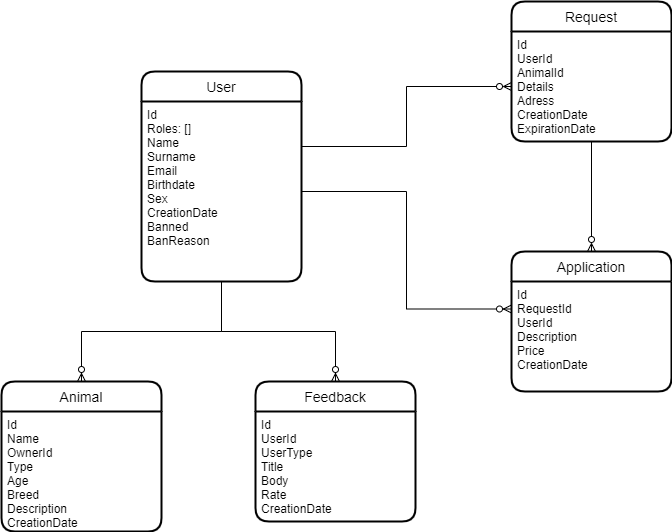
The draw.io diagram images/Database.drawio.png in voonya/pet-home, before a commit. Source tidied: cells renumbered, new cells last; positions are measured from the earlier drawing's top-left corner, leaving out a move shared by most shapes.
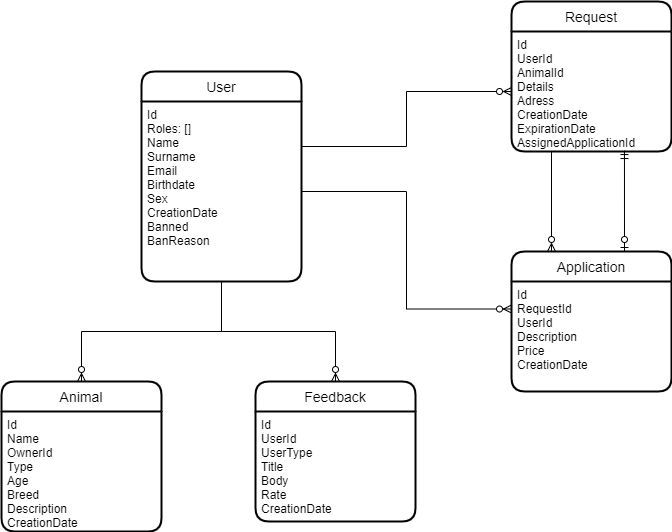
The same diagram one commit later.

Diff of the diagram source:
```diff
@@ -21,12 +21,12 @@
       <mxGeometry y="30" width="160" height="120" as="geometry" />
     </mxCell>
     <mxCell id="8" value="Request" style="swimlane;horizontal=1;startSize=30;rounded=1;fontSize=14;fontStyle=0;strokeWidth=2;shadow=0;dashed=0;align=center;" parent="1" vertex="1">
-      <mxGeometry x="510" width="160" height="140" as="geometry" />
+      <mxGeometry x="510" width="160" height="150" as="geometry" />
     </mxCell>
-    <mxCell id="9" value="Id&#10;UserId&#10;AnimalId&#10;Details&#10;Adress&#10;CreationDate&#10;ExpirationDate" style="align=left;strokeColor=none;fillColor=none;spacingLeft=4;fontSize=12;verticalAlign=top;" parent="8" vertex="1">
-      <mxGeometry y="30" width="160" height="110" as="geometry" />
+    <mxCell id="9" value="Id&#10;UserId&#10;AnimalId&#10;Details&#10;Adress&#10;CreationDate&#10;ExpirationDate&#10;AssignedApplicationId" style="align=left;strokeColor=none;fillColor=none;spacingLeft=4;fontSize=12;verticalAlign=top;" parent="8" vertex="1">
+      <mxGeometry y="30" width="160" height="120" as="geometry" />
     </mxCell>
-    <mxCell id="10" style="edgeStyle=orthogonalEdgeStyle;rounded=0;jettySize=auto;html=1;exitX=0.5;exitY=0;exitDx=0;exitDy=0;entryX=0.5;entryY=1;entryDx=0;entryDy=0;endArrow=none;endFill=0;startArrow=ERzeroToMany;startFill=0;" parent="1" edge="1" source="11" target="9">
+    <mxCell id="10" style="edgeStyle=orthogonalEdgeStyle;rounded=0;jettySize=auto;html=1;exitX=0.25;exitY=0;exitDx=0;exitDy=0;entryX=0.25;entryY=1;entryDx=0;entryDy=0;endArrow=none;endFill=0;startArrow=ERzeroToMany;startFill=0;" parent="1" edge="1" source="11" target="9">
       <mxGeometry relative="1" as="geometry" />
     </mxCell>
     <mxCell id="11" value="Application" style="swimlane;horizontal=1;startSize=30;rounded=1;fontSize=14;fontStyle=0;strokeWidth=2;shadow=0;dashed=0;align=center;" parent="1" vertex="1">
@@ -52,5 +52,10 @@
     <mxCell id="16" style="edgeStyle=orthogonalEdgeStyle;rounded=0;jettySize=auto;html=1;endArrow=none;endFill=0;startArrow=ERzeroToMany;startFill=0;entryX=1;entryY=0.25;entryDx=0;entryDy=0;" parent="1" edge="1" source="9" target="3">
       <mxGeometry relative="1" as="geometry" />
     </mxCell>
+    <mxCell id="17" style="fontSize=12;html=1;endArrow=ERzeroToOne;startArrow=ERmandOne;rounded=0;exitX=0.706;exitY=0.992;exitDx=0;exitDy=0;exitPerimeter=0;" parent="1" edge="1" source="9">
+      <mxGeometry relative="1" as="geometry">
+        <mxPoint x="623" y="250" as="targetPoint" />
+      </mxGeometry>
+    </mxCell>
   </root>
 </mxGraphModel>
```
